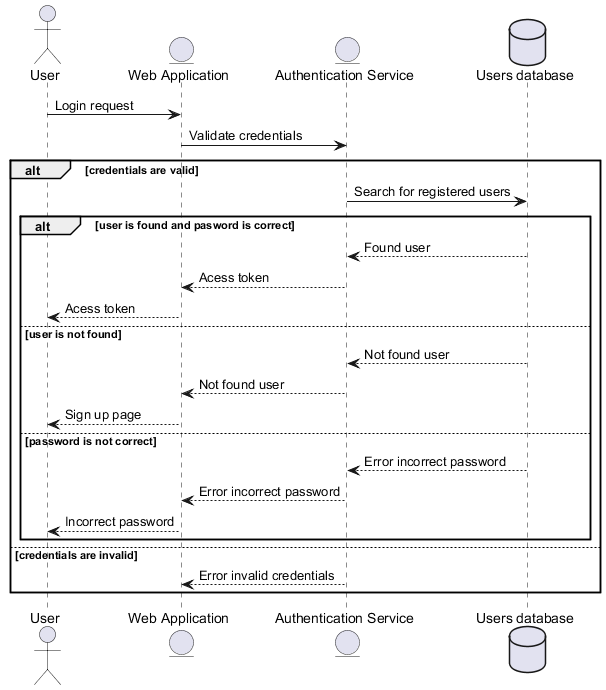
The PlantUML diagram images/Authentication Log In Sequence.png in Arquisoft/wichat_en1b, before a commit.
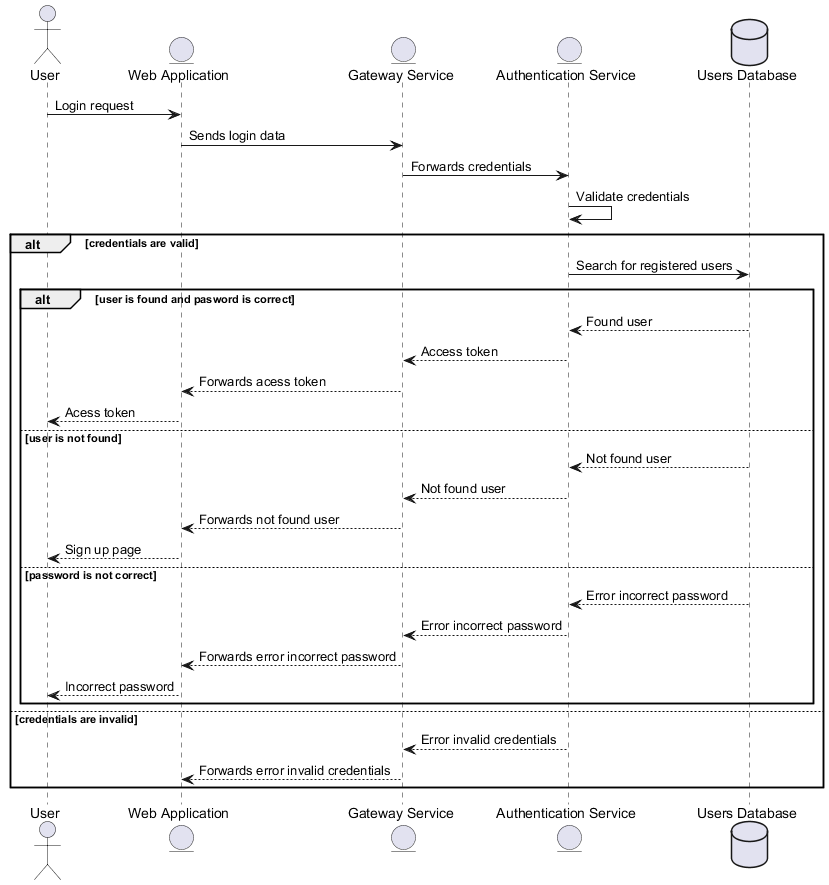
After the commit.

The edit, as a diff of the source:
```diff
@@ -1,27 +1,34 @@
 @startuml
 actor User
 entity "Web Application" as App
+entity "Gateway Service" as Gat
 entity "Authentication Service" as Auth
-database "Users database" as Ust
+database "Users Database" as Ust
 
 User -> App: Login request
-App -> Auth: Validate credentials
+App -> Gat: Sends login data
+Gat -> Auth: Forwards credentials
+Auth -> Auth: Validate credentials
 alt credentials are valid
     Auth -> Ust: Search for registered users
     alt user is found and pasword is correct
         Ust --> Auth: Found user
-        Auth --> App: Acess token
+        Auth --> Gat: Access token
+        Gat --> App: Forwards acess token
         App --> User: Acess token
     else user is not found
         Ust --> Auth: Not found user
-        Auth --> App: Not found user
+        Auth --> Gat: Not found user
+        Gat --> App: Forwards not found user
         App --> User: Sign up page
     else password is not correct
         Ust --> Auth: Error incorrect password
-        Auth --> App: Error incorrect password
+        Auth --> Gat: Error incorrect password
+        Gat --> App: Forwards error incorrect password
         App --> User: Incorrect password
     end
 else credentials are invalid
-    Auth --> App: Error invalid credentials
+    Auth --> Gat: Error invalid credentials
+    Gat --> App: Forwards error invalid credentials
 end
 @enduml
```
